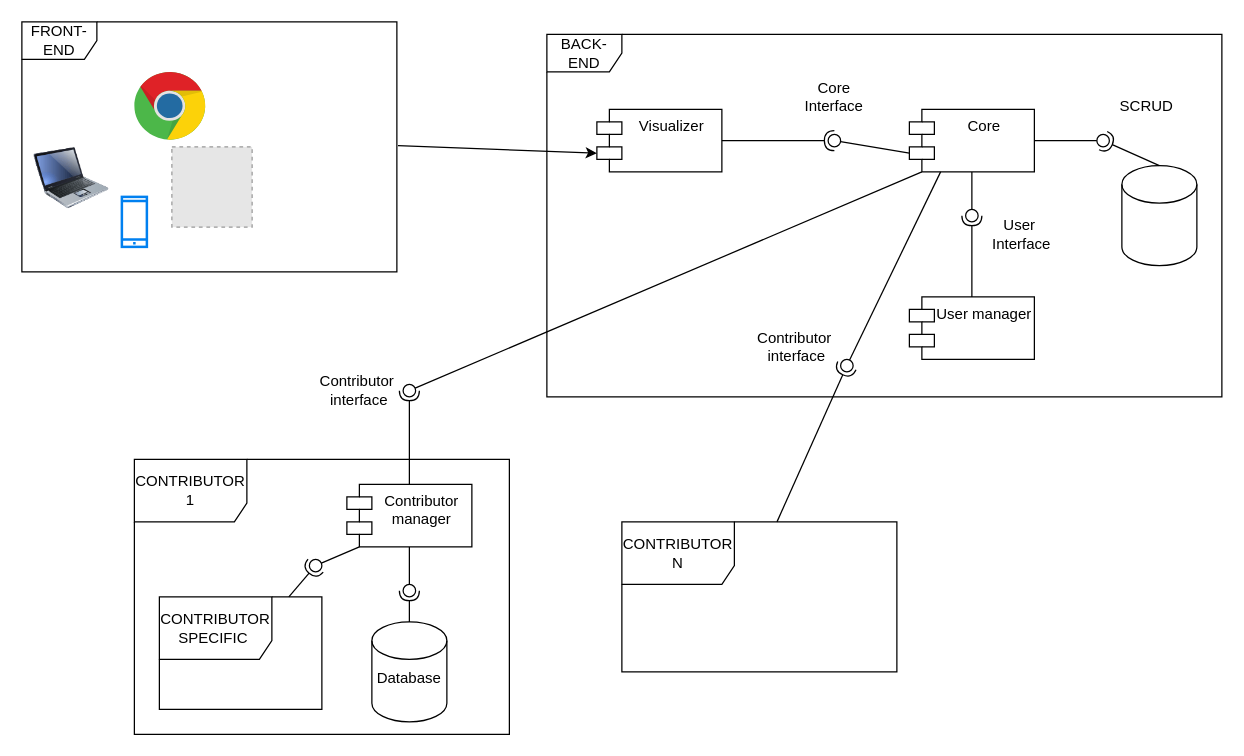
giadaventurini-pixel/giadaventurini-5binf keeps this draw.io diagram as Componenti.drawio. Above is the earlier version. Source tidied: cells renumbered, new cells numbered last; positions are measured from the earlier drawing's top-left corner, leaving out a move shared by most shapes. Both pictures are drawn from the tidied source at 125%, with x=0, y=0 at pixel (21, 21). Pictures stored in the file or linked from it are replaced by grey dashed boxes.
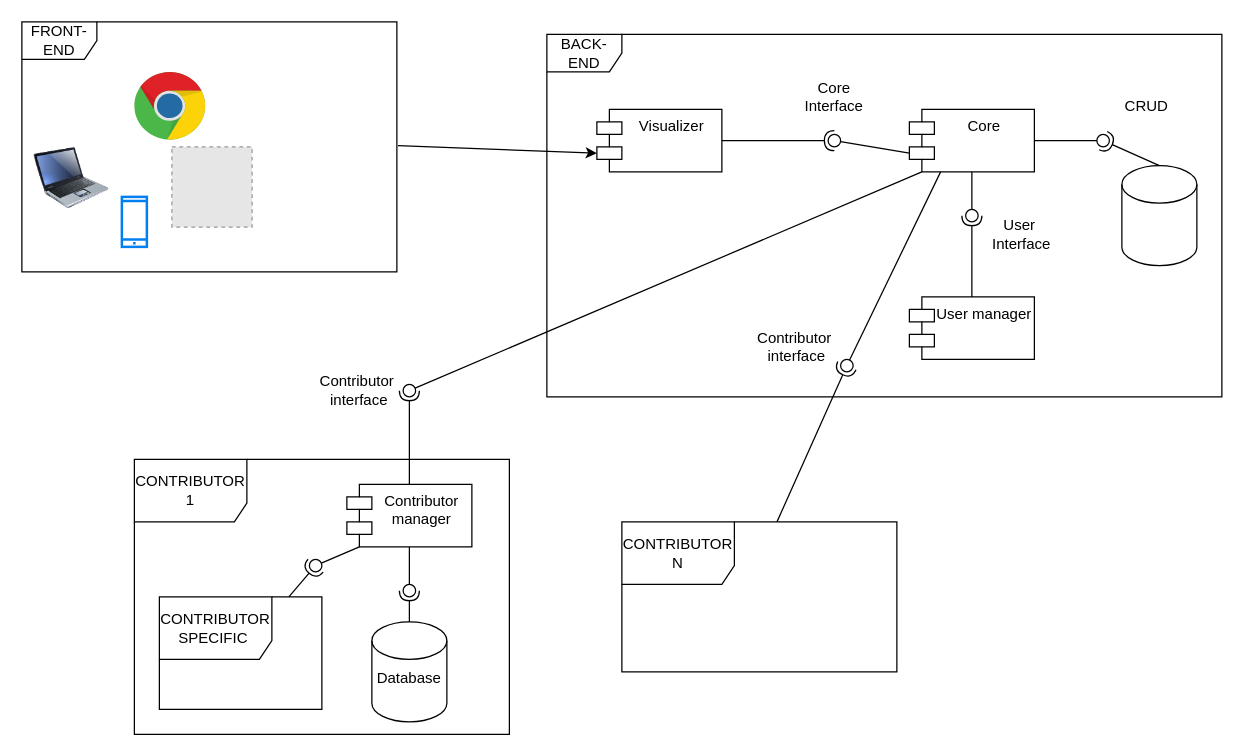
The same diagram, later.

The edit, as a diff of the source:
```diff
@@
-    <mxCell id="42" value="SCRUD" style="text;html=1;strokeColor=none;fillColor=none;align=center;verticalAlign=middle;whiteSpace=wrap;rounded=0;" parent="1" vertex="1">
+    <mxCell id="42" value="CRUD" style="text;html=1;strokeColor=none;fillColor=none;align=center;verticalAlign=middle;whiteSpace=wrap;rounded=0;" parent="1" vertex="1">
       <mxGeometry x="880" y="57.7" width="40" height="20" as="geometry" />
     </mxCell>
```
